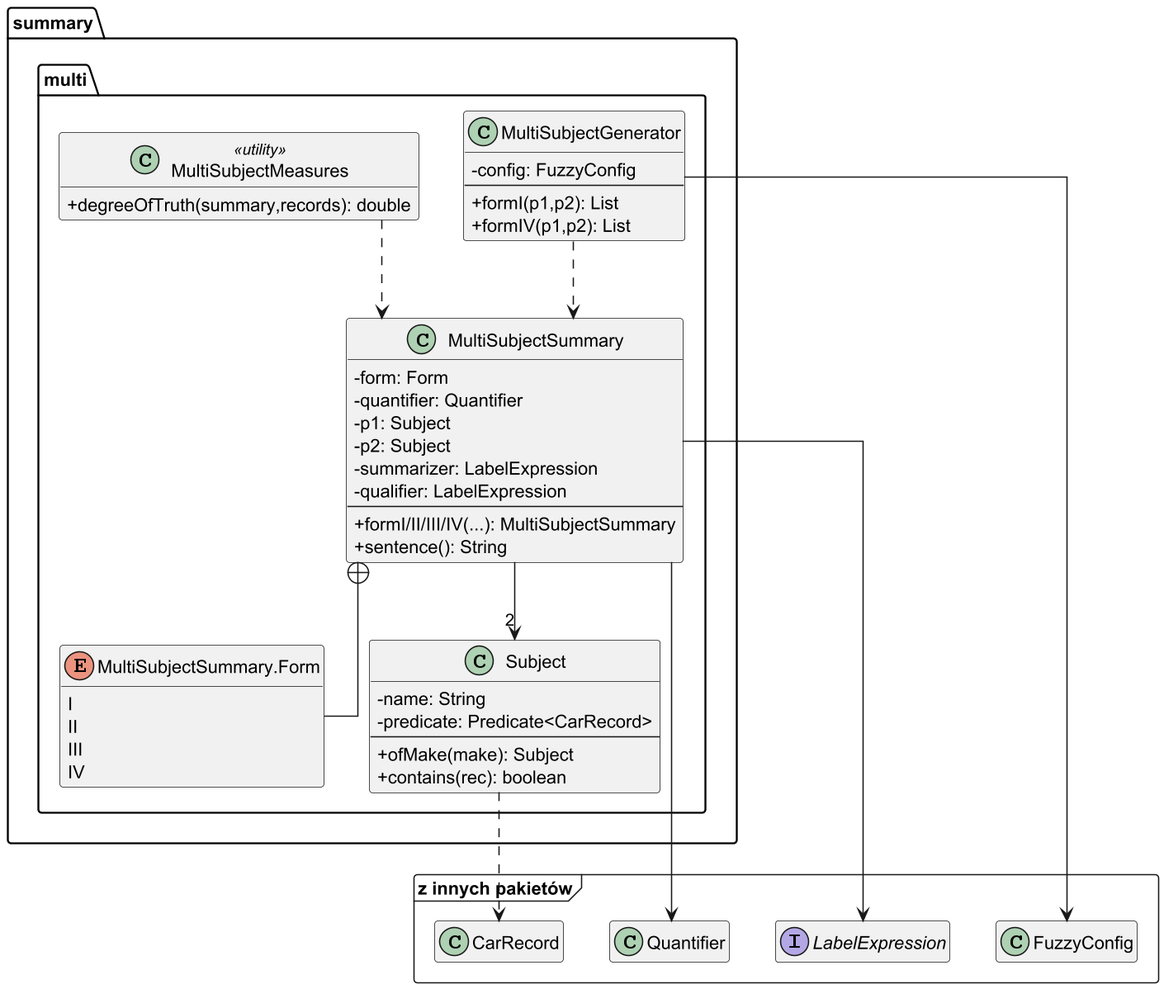
Earlier version of the PlantUML export sprawozdanie/plots/uml_multi.png (MateuszKosowski/linguistic-summaries). Its diagram source:
```plantuml
@startuml uml_multi
skinparam dpi 150
skinparam linetype ortho
skinparam classAttributeIconSize 0
hide empty members

package "«z innych pakietów»" <<Frame>> {
  class Quantifier
  interface LabelExpression
  class FuzzyConfig
  class CarRecord
}

package "summary.multi" {
  enum "MultiSubjectSummary.Form" as MultiSubjectForm {
    I
    II
    III
    IV
  }
  class Subject {
    -name: String
    -predicate: Predicate<CarRecord>
    --
    +ofMake(make): Subject
    +contains(rec): boolean
  }
  class MultiSubjectSummary {
    -form: Form
    -quantifier: Quantifier
    -p1: Subject
    -p2: Subject
    -summarizer: LabelExpression
    -qualifier: LabelExpression
    --
    +formI/II/III/IV(...): MultiSubjectSummary
    +sentence(): String
  }
  class MultiSubjectMeasures <<utility>> {
    +degreeOfTruth(summary,records): double
  }
  class MultiSubjectGenerator {
    -config: FuzzyConfig
    --
    +formI(p1,p2): List
    +formIV(p1,p2): List
  }
}

MultiSubjectSummary +-- MultiSubjectForm
MultiSubjectSummary --> Quantifier
MultiSubjectSummary --> "2" Subject
MultiSubjectSummary --> LabelExpression
MultiSubjectMeasures ..> MultiSubjectSummary
MultiSubjectGenerator --> FuzzyConfig
MultiSubjectGenerator ..> MultiSubjectSummary
Subject ..> CarRecord
@enduml
```
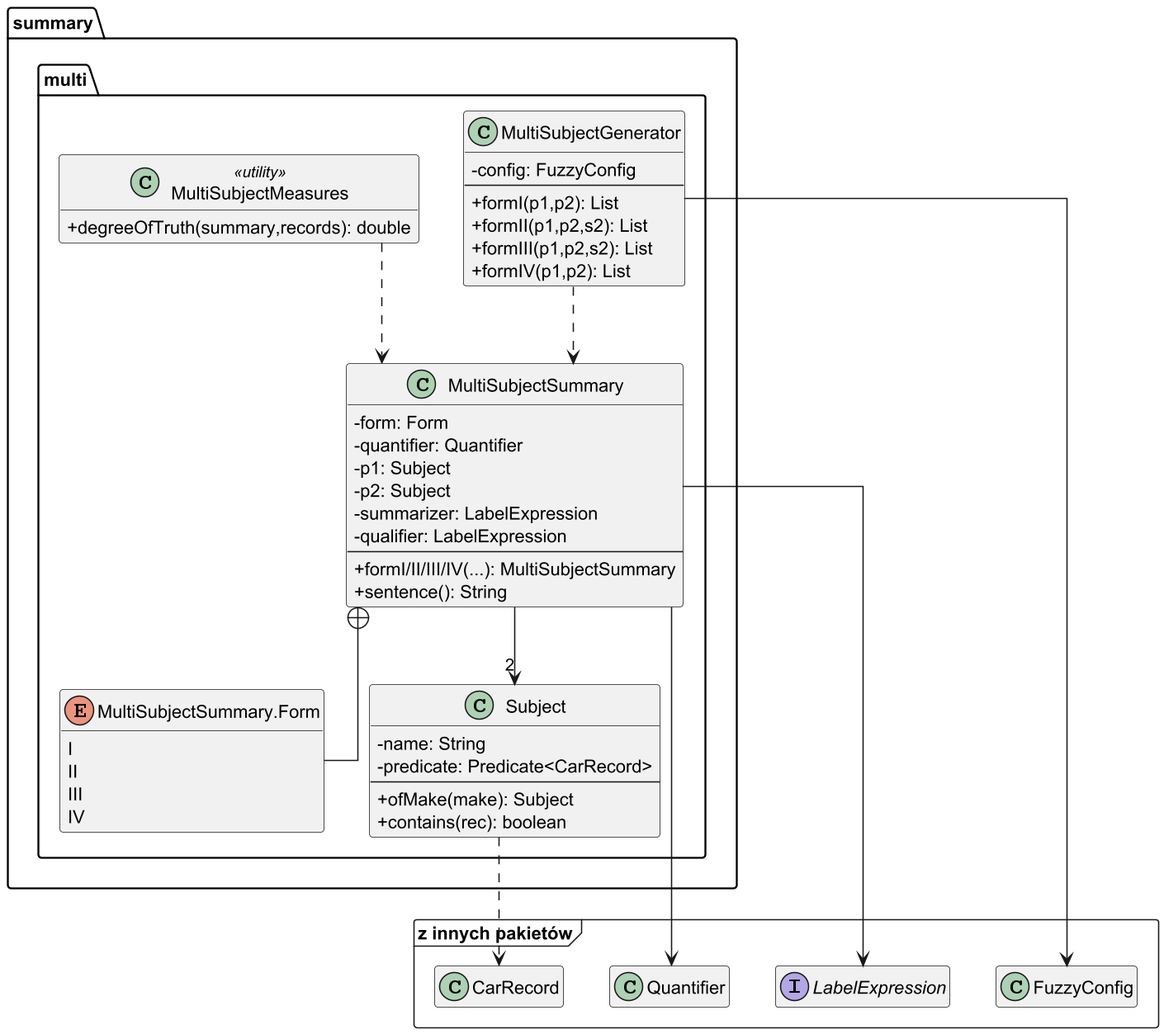
The same file after the commit.

Change to the diagram source:
```diff
@@ -43,6 +43,8 @@
     -config: FuzzyConfig
     --
     +formI(p1,p2): List
+    +formII(p1,p2,s2): List
+    +formIII(p1,p2,s2): List
     +formIV(p1,p2): List
   }
 }
```
